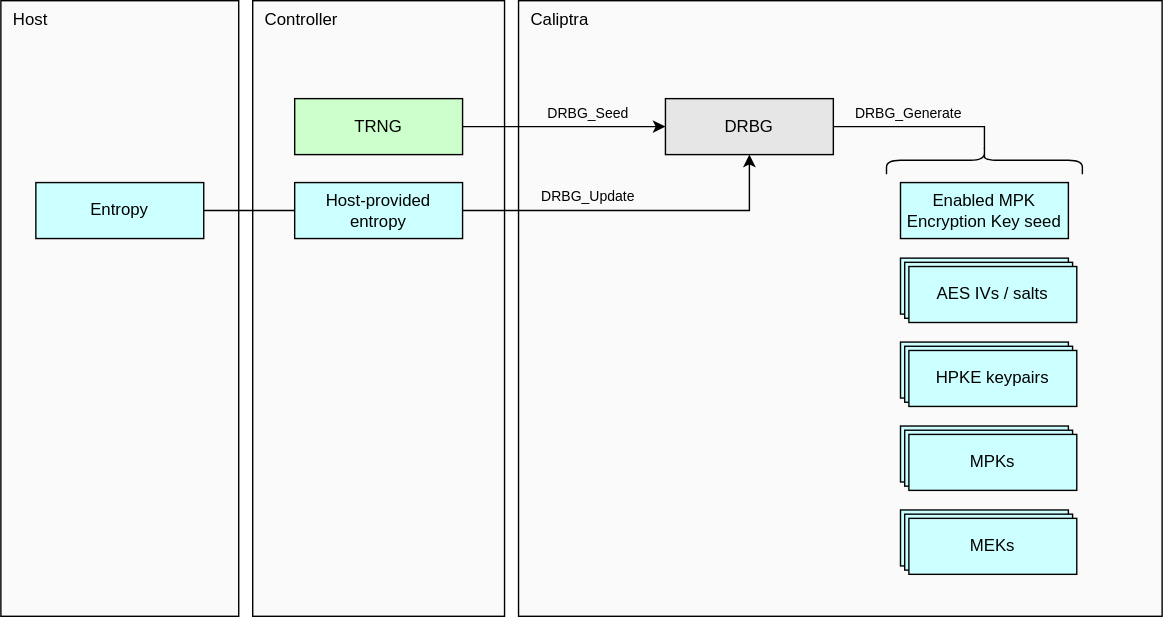
Before: doc/ocp_lock/diagrams/drbg_internal.drawio.svg, a diagram exported from draw.io (chipsalliance/Caliptra). Source tidied: cells renumbered, new cells last; positions are measured from the earlier drawing's top-left corner, leaving out a move shared by most shapes.
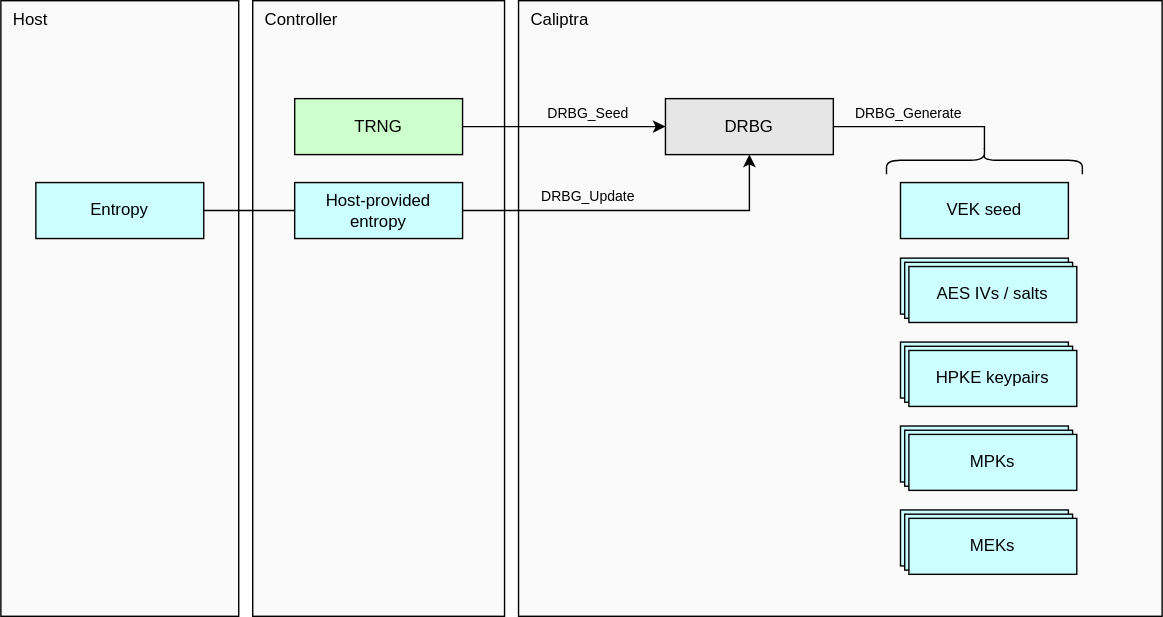
The same file after the commit.

Commit message:
Rename "Enabled MPK Encryption Secret" to "Volatile Escrow Key". (#483)

Change to the diagram source:
```diff
@@ -40,7 +40,7 @@
     <mxCell id="13" value="&lt;div&gt;&lt;font color=&quot;#000000&quot;&gt;TRNG&lt;/font&gt;&lt;/div&gt;" style="rounded=0;whiteSpace=wrap;html=1;align=center;verticalAlign=middle;shadow=0;glass=0;spacingLeft=0;spacingBottom=0;spacingTop=0;fillColor=#CCFFCC;strokeColor=#000000;" parent="1" vertex="1">
       <mxGeometry x="210" y="70" width="120" height="40" as="geometry" />
     </mxCell>
-    <mxCell id="14" value="&lt;div&gt;&lt;font color=&quot;#000000&quot;&gt;Enabled MPK Encryption Key seed&lt;/font&gt;&lt;/div&gt;" style="rounded=0;whiteSpace=wrap;html=1;align=center;verticalAlign=middle;shadow=0;glass=0;spacingLeft=0;spacingBottom=0;spacingTop=0;fillColor=#CCFFFF;" parent="1" vertex="1">
+    <mxCell id="14" value="&lt;div&gt;&lt;font color=&quot;#000000&quot;&gt;VEK seed&lt;/font&gt;&lt;/div&gt;" style="rounded=0;whiteSpace=wrap;html=1;align=center;verticalAlign=middle;shadow=0;glass=0;spacingLeft=0;spacingBottom=0;spacingTop=0;fillColor=#CCFFFF;" parent="1" vertex="1">
       <mxGeometry x="643" y="130" width="120" height="40" as="geometry" />
     </mxCell>
     <mxCell id="15" value="&lt;div&gt;&lt;font color=&quot;#000000&quot;&gt;HPKE keypairs&lt;/font&gt;&lt;/div&gt;" style="rounded=0;whiteSpace=wrap;html=1;align=center;verticalAlign=middle;shadow=0;glass=0;spacingLeft=0;spacingBottom=0;spacingTop=0;fillColor=#CCFFFF;" parent="1" vertex="1">
```
